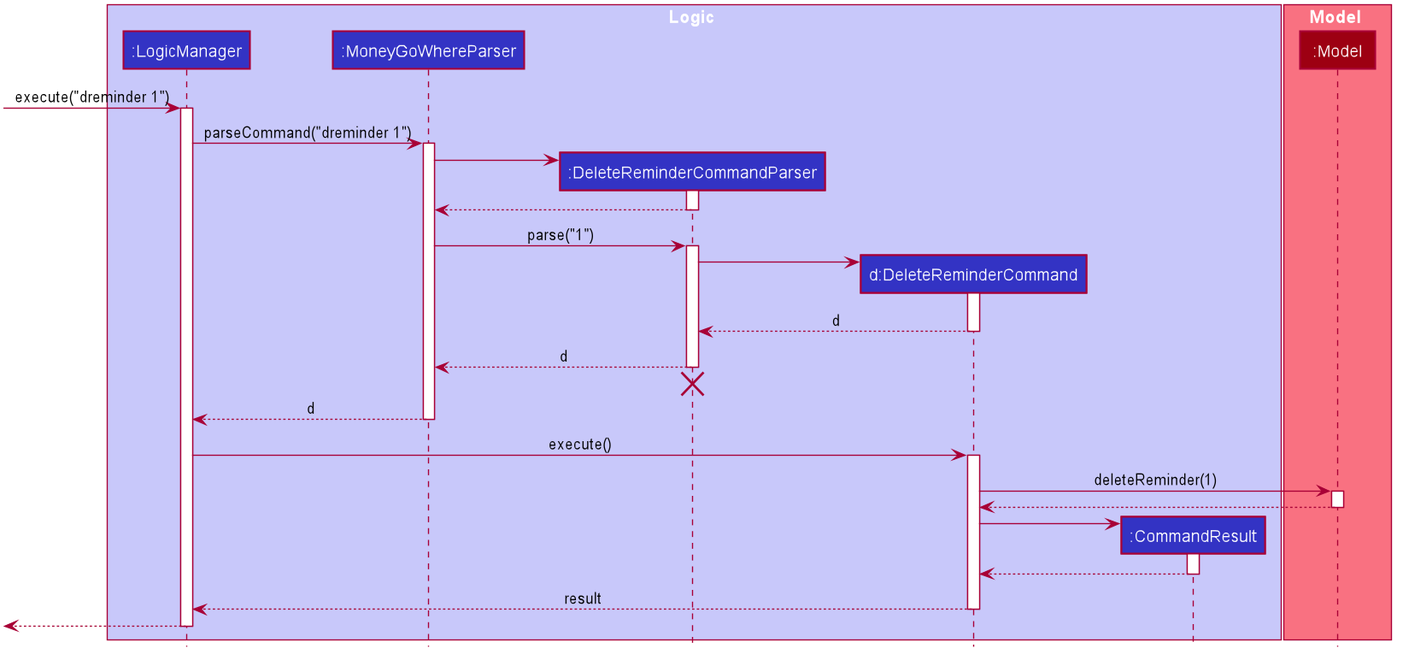
The PlantUML diagram docs/images/DeleteReminderSequenceDiagram.png in nus-cs2103-AY1920S1/addressbook-level3, before a commit.
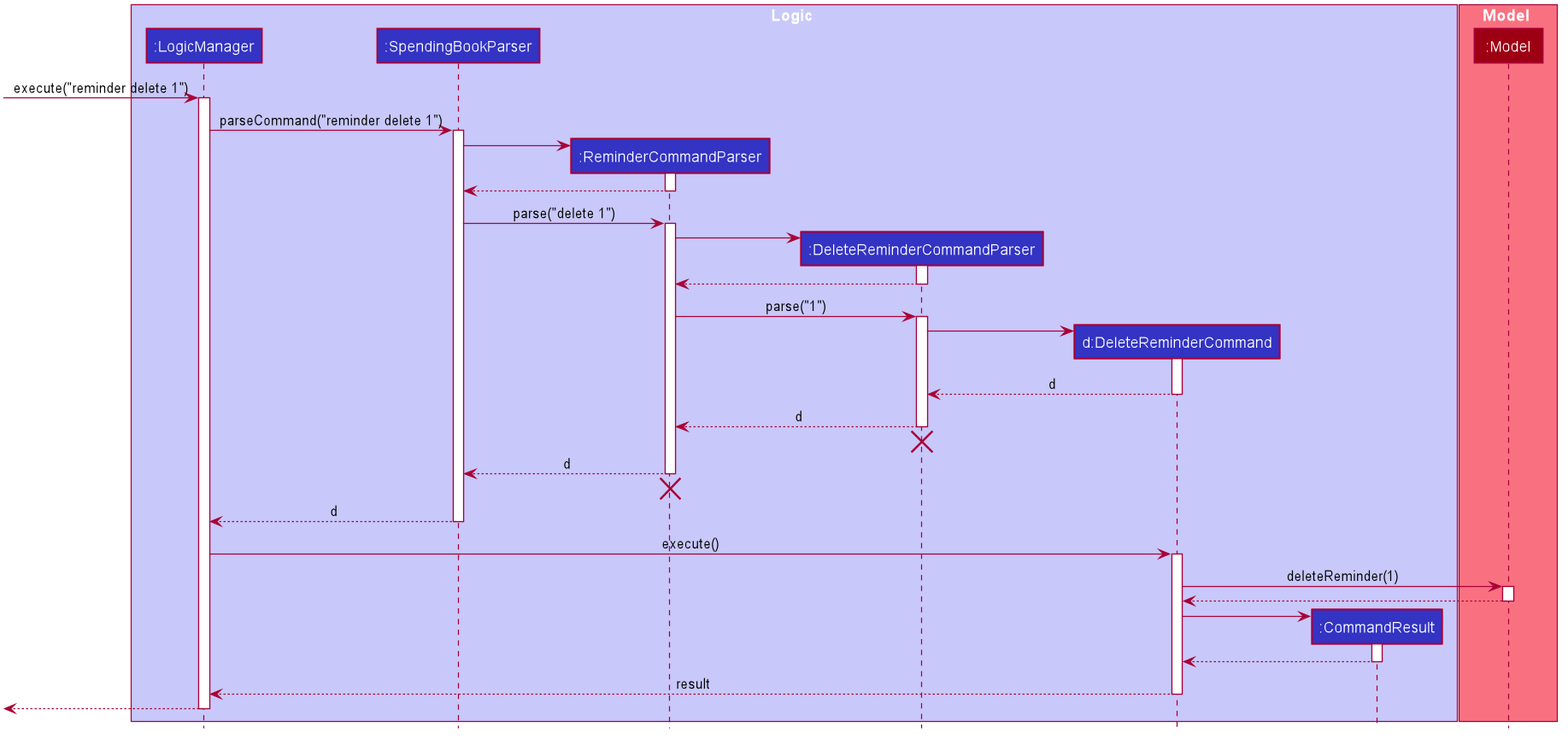
Later version of the same file.

Change to the diagram source:
```diff
@@ -50,7 +50,8 @@
 
 box Logic #C8C8FA
 participant ":LogicManager" as LogicManager #3333C4
-participant ":MoneyGoWhereParser" as MoneyGoWhereParser #3333C4
+participant ":SpendingBookParser" as SpendingBookParser #3333C4
+participant ":ReminderCommandParser" as ReminderCommandParser #3333C4
 participant ":DeleteReminderCommandParser" as DeleteReminderCommandParser #3333C4
 participant "d:DeleteReminderCommand" as DeleteReminderCommand #3333C4
 participant ":CommandResult" as CommandResult #3333C4
@@ -60,20 +61,30 @@
 participant ":Model" as Model #9D0012
 end box
 
-[-> LogicManager : execute("dreminder 1")
+[-> LogicManager : execute("reminder delete 1")
 activate LogicManager
 
-LogicManager -> MoneyGoWhereParser : parseCommand("dreminder 1")
-activate MoneyGoWhereParser
+LogicManager -> SpendingBookParser : parseCommand("reminder delete 1")
+activate SpendingBookParser
+
+create ReminderCommandParser
+SpendingBookParser -> ReminderCommandParser
+activate ReminderCommandParser
+
+ReminderCommandParser --> SpendingBookParser
+deactivate ReminderCommandParser
+
+SpendingBookParser -> ReminderCommandParser : parse("delete 1")
+activate ReminderCommandParser
 
 create DeleteReminderCommandParser
-MoneyGoWhereParser -> DeleteReminderCommandParser
+ReminderCommandParser -> DeleteReminderCommandParser
 activate DeleteReminderCommandParser
 
-DeleteReminderCommandParser --> MoneyGoWhereParser
+DeleteReminderCommandParser --> ReminderCommandParser
 deactivate DeleteReminderCommandParser
 
-MoneyGoWhereParser -> DeleteReminderCommandParser : parse("1")
+ReminderCommandParser -> DeleteReminderCommandParser : parse("1")
 activate DeleteReminderCommandParser
 
 create DeleteReminderCommand
@@ -83,13 +94,18 @@
 DeleteReminderCommand --> DeleteReminderCommandParser : d
 deactivate DeleteReminderCommand
 
-DeleteReminderCommandParser --> MoneyGoWhereParser : d
+DeleteReminderCommandParser --> ReminderCommandParser : d
 deactivate DeleteReminderCommandParser
-DeleteReminderCommandParser -[hidden]-> MoneyGoWhereParser
+DeleteReminderCommandParser -[hidden]-> ReminderCommandParser
 destroy DeleteReminderCommandParser
 
-MoneyGoWhereParser --> LogicManager : d
-deactivate MoneyGoWhereParser
+ReminderCommandParser --> SpendingBookParser : d
+deactivate ReminderCommandParser
+ReminderCommandParser -[hidden]-> SpendingBookParser
+destroy ReminderCommandParser
+
+SpendingBookParser --> LogicManager : d
+deactivate SpendingBookParser
 
 LogicManager -> DeleteReminderCommand : execute()
 activate DeleteReminderCommand
```
